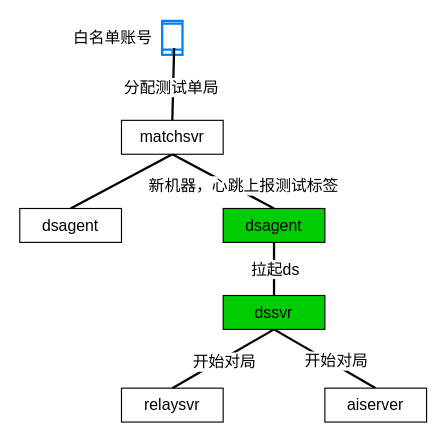
This is page "NISHIKI 扩容 旧方案" (8 of 10) of NISHIKI架构.drawio from Memoryss/NISHIKI, a draw.io file, before an edit. Source tidied: cells renumbered, new cells numbered last; positions are measured from the earlier drawing's top-left corner, leaving out a move shared by most shapes. Both pictures are drawn from the tidied source at 113%, with x=0, y=0 at pixel (19, 20).
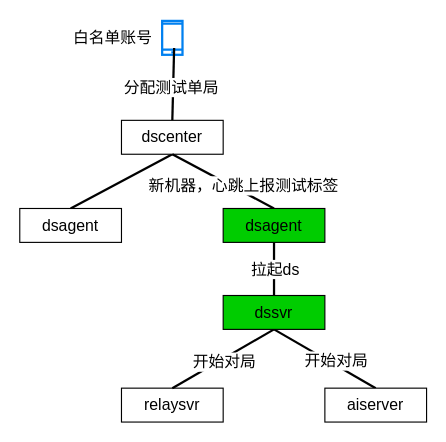
The same page after the edit.

Diff of the diagram source:
```diff
@@
-    <mxCell id="7" value="matchsvr" style="rounded=0;whiteSpace=wrap;html=1;labelBackgroundColor=none;sketch=0;fontFamily=Helvetica;fontSize=14;fontColor=default;strokeWidth=1;" parent="1" vertex="1">
+    <mxCell id="7" value="dscenter" style="rounded=0;whiteSpace=wrap;html=1;labelBackgroundColor=none;sketch=0;fontFamily=Helvetica;fontSize=14;fontColor=default;strokeWidth=1;" parent="1" vertex="1">
       <mxGeometry x="90" y="88" width="90" height="30" as="geometry" />
     </mxCell>
```
